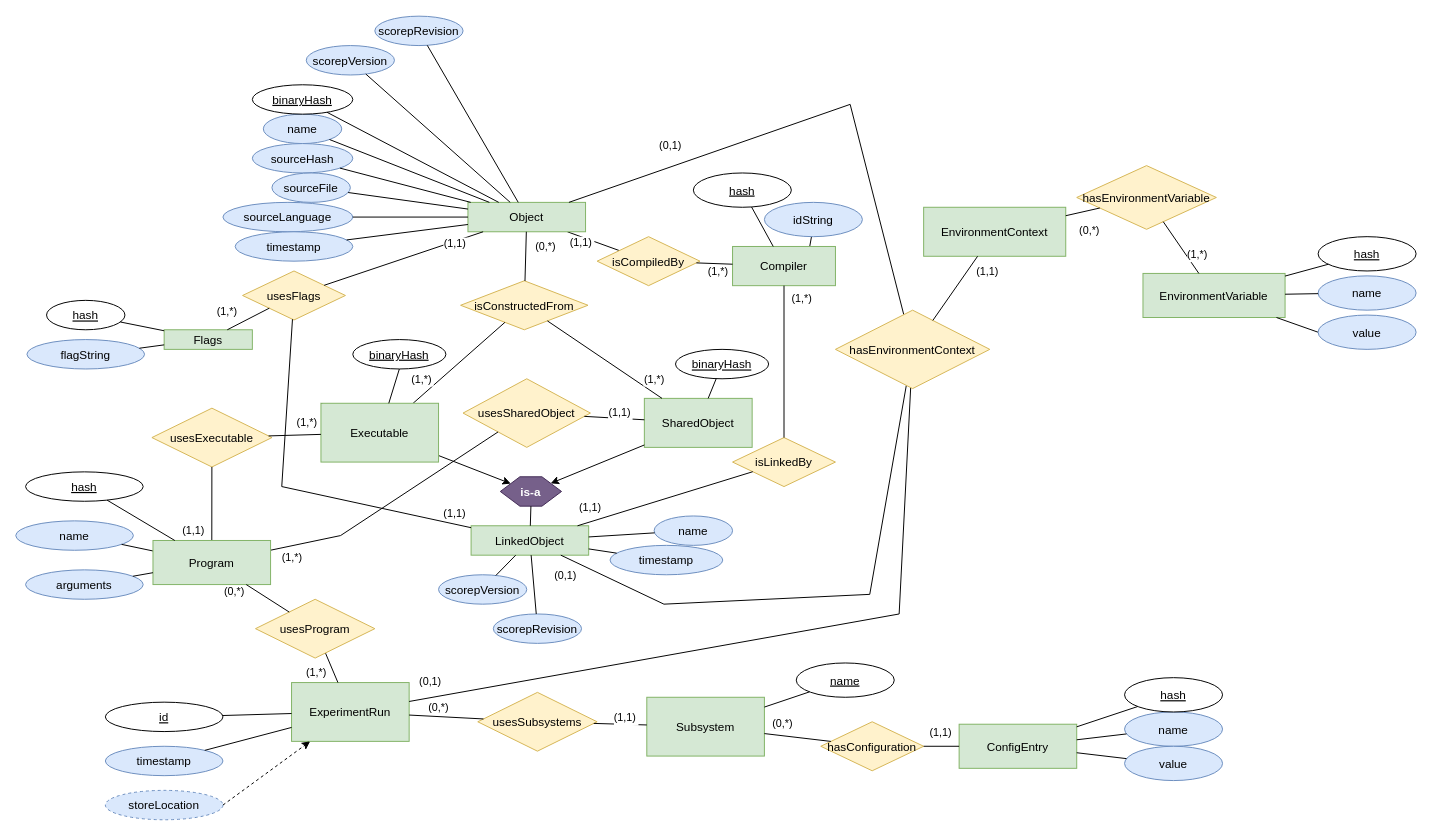
SCOREP-FAIR/scorep-fair.github.io keeps this draw.io diagram as schema/v0.1/scorep_metadata.drawio. Above is the earlier version. Source tidied: cells renumbered, new cells numbered last; positions are measured from the earlier drawing's top-left corner, leaving out a move shared by most shapes. Both pictures are drawn from the tidied source at 98%, with x=0, y=0 at pixel (16, 16).
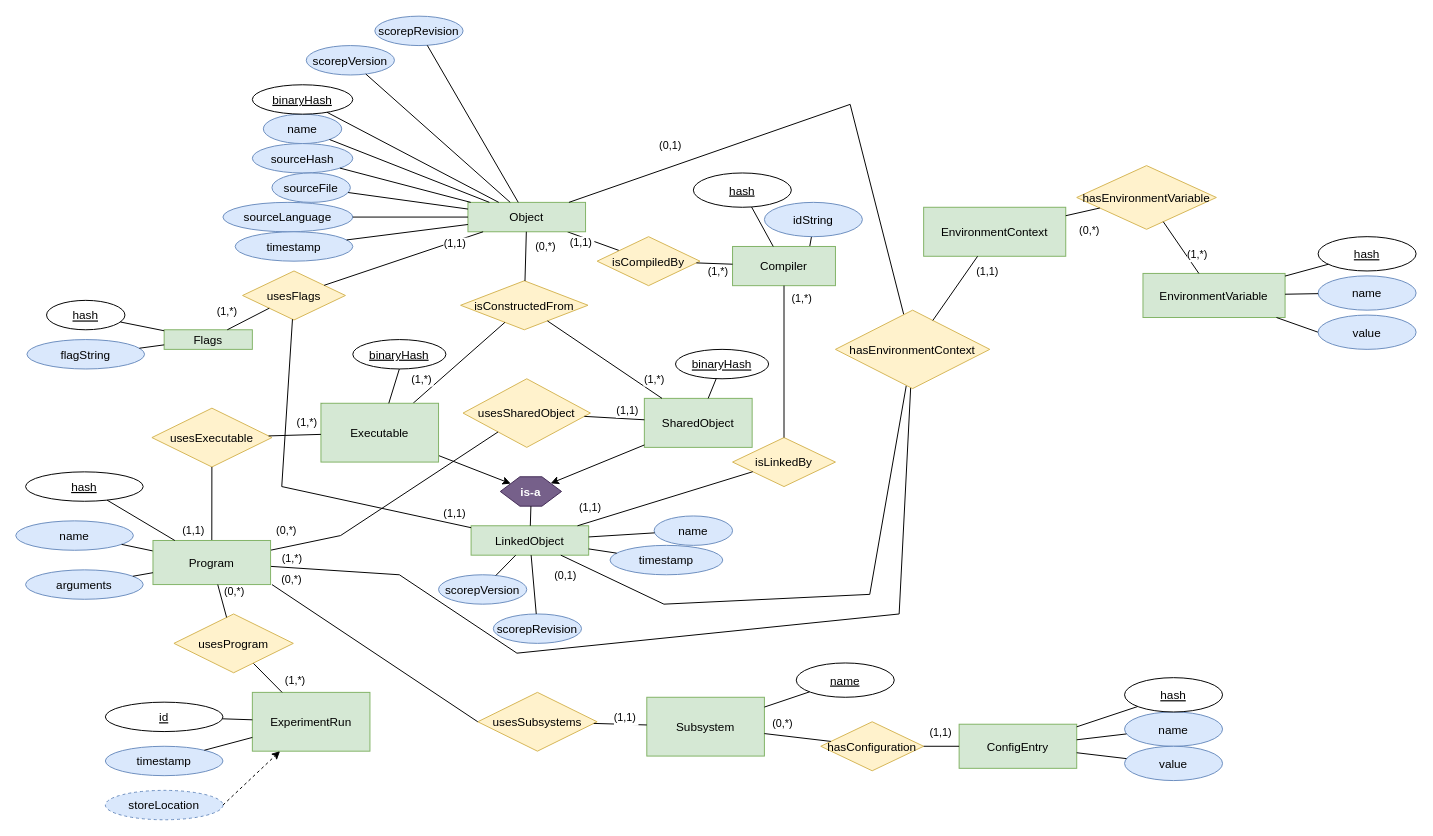
Above is the later version.

The change refers to these unchanged cells:
```xml
<mxCell id="50" style="rounded=0;jettySize=auto;endArrow=none;startFill=0;" parent="1" edge="1" source="49" target="5">
  <mxGeometry relative="1" as="geometry" />
</mxCell>
<mxCell id="71" value="usesSubsystems" style="rhombus;fillColor=#fff2cc;strokeColor=#d6b656;" parent="1" vertex="1">
  <mxGeometry x="471" y="690" width="121.8" height="60" as="geometry" />
</mxCell>
<mxCell id="120" value="hasEnvironmentContext" style="rhombus;fillColor=#fff2cc;strokeColor=#d6b656;" parent="1" vertex="1">
  <mxGeometry x="836" y="300" width="157.5" height="80" as="geometry" />
</mxCell>
<mxCell id="134" value="Program" style="rounded=0;fillColor=#d5e8d4;strokeColor=#82b366;" parent="1" vertex="1">
  <mxGeometry x="139.6" y="535" width="120" height="45" as="geometry" />
</mxCell>
```

The edit, as a diff of the source:
```diff
@@
     <mxCell id="51" value="(1,1)" style="edgeLabel;align=center;verticalAlign=middle;" parent="50" vertex="1">
       <mxGeometry x="0.31" relative="1" as="geometry">
-        <mxPoint x="-4" y="-7" as="offset" />
+        <mxPoint x="4" y="-9" as="offset" />
       </mxGeometry>
     </mxCell>
@@
     <mxCell id="60" value="ExperimentRun" style="rounded=0;fillColor=#d5e8d4;strokeColor=#82b366;" parent="1" vertex="1">
-      <mxGeometry x="281" y="680" width="120" height="60" as="geometry" />
+      <mxGeometry x="241" y="690" width="120" height="60" as="geometry" />
     </mxCell>
@@
-    <mxCell id="73" style="rounded=0;jettySize=auto;endArrow=none;startFill=0;" parent="1" edge="1" source="71" target="60">
-      <mxGeometry relative="1" as="geometry" />
+    <mxCell id="73" style="rounded=0;jettySize=auto;endArrow=none;startFill=0;exitX=0;exitY=0.5;exitDx=0;exitDy=0;" parent="1" edge="1" source="71">
+      <mxGeometry relative="1" as="geometry">
+        <mxPoint x="261" y="580" as="targetPoint" />
+      </mxGeometry>
     </mxCell>
     <mxCell id="74" value="(0,*)" style="edgeLabel;align=center;verticalAlign=middle;" parent="73" vertex="1">
-      <mxGeometry x="-0.11" relative="1" as="geometry">
-        <mxPoint x="-12" y="-11" as="offset" />
+      <mxGeometry x="0.78" y="-2" relative="1" as="geometry">
+        <mxPoint x="-4" y="-20" as="offset" />
       </mxGeometry>
     </mxCell>
-    <mxCell id="75" style="rounded=0;jettySize=auto;endArrow=none;startFill=0;" parent="1" edge="1" source="60" target="120">
+    <mxCell id="75" style="rounded=0;jettySize=auto;endArrow=none;startFill=0;" parent="1" edge="1" source="134" target="120">
       <mxGeometry relative="1" as="geometry">
         <Array as="points">
+          <mxPoint x="391" y="570" />
+          <mxPoint x="511" y="650" />
           <mxPoint x="901" y="610" />
         </Array>
       </mxGeometry>
     </mxCell>
-    <mxCell id="76" value="(0,1)" style="edgeLabel;align=center;verticalAlign=middle;" parent="75" vertex="1">
+    <mxCell id="76" value="(0,*)" style="edgeLabel;align=center;verticalAlign=middle;" parent="75" vertex="1">
       <mxGeometry x="-0.52" y="-1" relative="1" as="geometry">
-        <mxPoint x="-153" y="9" as="offset" />
+        <mxPoint x="-185" y="-94" as="offset" />
       </mxGeometry>
     </mxCell>
@@
     <mxCell id="138" value="usesProgram" style="rhombus;fillColor=#fff2cc;strokeColor=#d6b656;" parent="1" vertex="1">
-      <mxGeometry x="244.2" y="595" width="121.8" height="60" as="geometry" />
+      <mxGeometry x="161" y="610" width="121.8" height="60" as="geometry" />
     </mxCell>
@@
     <mxCell id="142" value="(1,*)" style="edgeLabel;align=center;verticalAlign=middle;" parent="1" vertex="1">
-      <mxGeometry x="305.1" y="670" as="geometry">
+      <mxGeometry x="283.5" y="677.5" as="geometry">
         <mxPoint x="1" y="-1" as="offset" />
       </mxGeometry>
     </mxCell>
     <mxCell id="143" value="(1,*)" style="edgeLabel;align=center;verticalAlign=middle;" parent="1" vertex="1">
-      <mxGeometry x="277.3" y="550" as="geometry">
+      <mxGeometry x="277.3" y="551" as="geometry">
         <mxPoint x="4" y="1" as="offset" />
       </mxGeometry>
     </mxCell>
```
